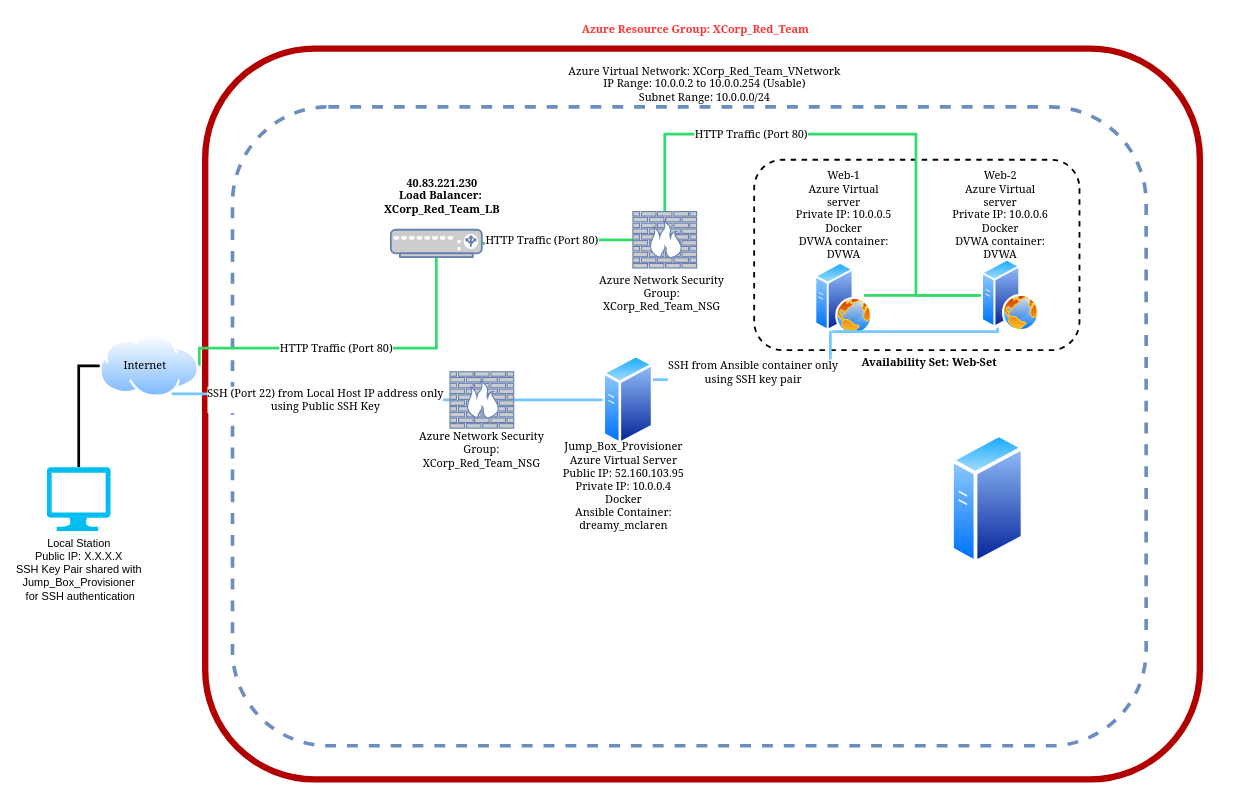
Earlier version of the draw.io diagram Diagrams/Network_Diagram.drawio (Git-rlowther/CyberSecurity_Coursework). Source tidied: cells renumbered, new cells numbered last; positions are measured from the earlier drawing's top-left corner, leaving out a move shared by most shapes. Both pictures are drawn from the tidied source at 91%, with x=0, y=0 at pixel (46, 15).
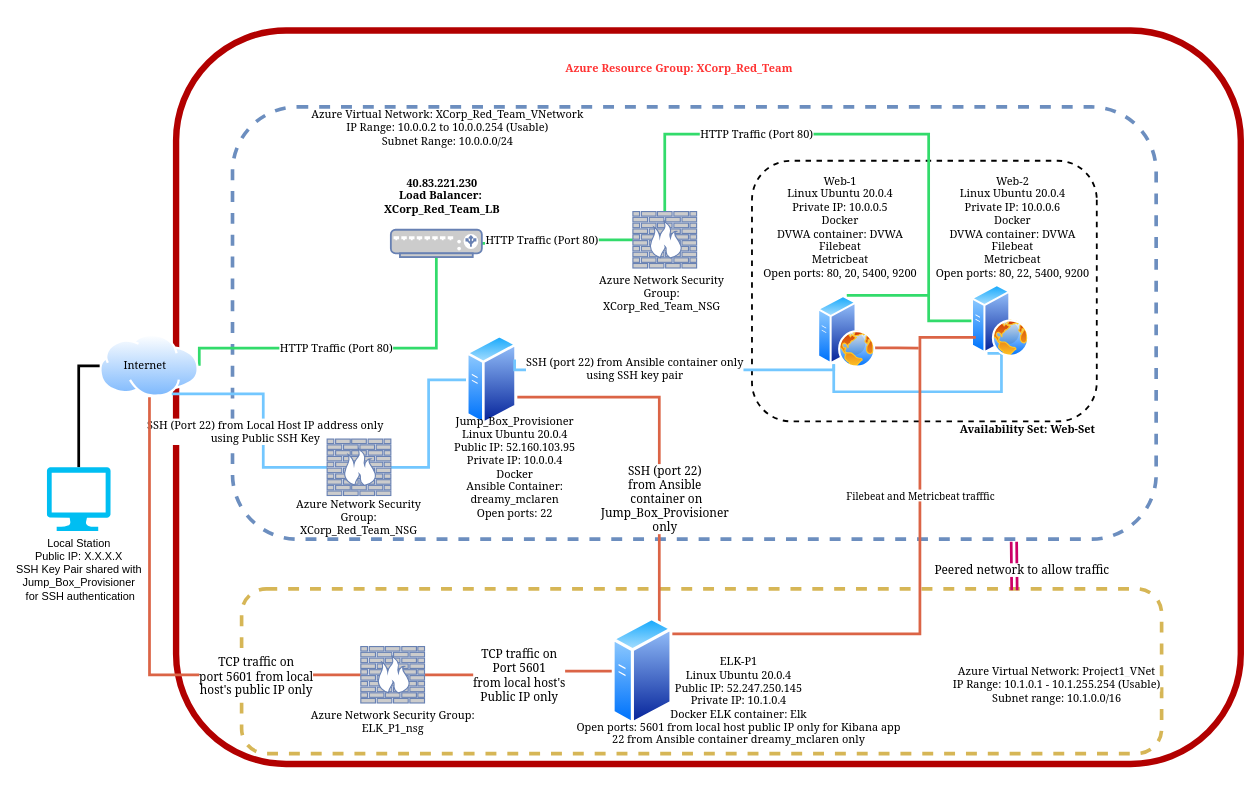
After the change.

Unchanged cells that the change refers to:
```xml
<mxCell id="9" value="&lt;p&gt;&lt;br&gt;&lt;/p&gt;" style="perimeter=ellipsePerimeter;html=1;align=center;shadow=0;dashed=0;spacingTop=3;image;image=img/lib/active_directory/internet_cloud.svg;strokeWidth=4;imageBorder=none;imageBackground=none;" parent="1" vertex="1">
  <mxGeometry x="58" y="350" width="109.5" height="69" as="geometry" />
</mxCell>
<mxCell id="24" style="fontColor=#0066CC;verticalAlign=top;verticalLabelPosition=bottom;labelPosition=center;align=center;html=1;outlineConnect=0;fillColor=#CCCCCC;strokeColor=#6881B3;gradientColor=none;gradientDirection=north;strokeWidth=2;shape=mxgraph.networks.firewall;fontFamily=Georgia;" parent="1" vertex="1">
  <mxGeometry x="644" y="215" width="70" height="62" as="geometry" />
</mxCell>
```

Change to the diagram source:
```diff
@@
+    <mxCell id="3" style="rounded=1;whiteSpace=wrap;html=1;strokeWidth=7;fillColor=none;strokeColor=#B20000;fontFamily=Georgia;align=center;fontColor=#ffffff;" parent="1" vertex="1">
+      <mxGeometry x="142" y="16" width="1170" height="806" as="geometry" />
+    </mxCell>
+    <mxCell id="38" style="rounded=1;whiteSpace=wrap;html=1;fillColor=none;dashed=1;strokeWidth=4;strokeColor=#d6b656;gradientColor=#ffd966;fontFamily=Garamond;" parent="1" vertex="1">
+      <mxGeometry x="214" y="629.6" width="1011" height="181" as="geometry" />
+    </mxCell>
     <mxCell id="2" style="rounded=1;whiteSpace=wrap;html=1;fontFamily=Georgia;strokeWidth=4;fillColor=none;gradientColor=#7ea6e0;dashed=1;shadow=0;glass=0;strokeColor=#6c8ebf;" parent="1" vertex="1">
-      <mxGeometry x="204" y="100" width="1004" height="702" as="geometry" />
+      <mxGeometry x="204" y="100" width="1015" height="475" as="geometry" />
     </mxCell>
-    <mxCell id="3" style="rounded=1;whiteSpace=wrap;html=1;strokeWidth=7;fillColor=none;strokeColor=#B20000;fontFamily=Georgia;align=center;fontColor=#ffffff;" parent="1" vertex="1">
-      <mxGeometry x="174" y="36" width="1093" height="803" as="geometry" />
-    </mxCell>
     <mxCell id="4" style="rounded=1;whiteSpace=wrap;html=1;shadow=0;glass=0;dashed=1;fontFamily=Georgia;strokeWidth=2;fillColor=none;gradientColor=none;rotation=90;" parent="1" vertex="1">
-      <mxGeometry x="851.4" y="83.9" width="209.2" height="357.5" as="geometry" />
+      <mxGeometry x="821.1" y="112.9" width="286.4" height="378.9" as="geometry" />
     </mxCell>
@@
     <mxCell id="12" value="&lt;font style=&quot;font-size: 12px&quot; color=&quot;#ff3333&quot;&gt;&lt;b&gt;Azure Resource Group: XCorp_Red_Team&lt;/b&gt;&lt;/font&gt;" style="text;html=1;strokeColor=none;fillColor=none;align=center;verticalAlign=middle;whiteSpace=wrap;rounded=0;fontFamily=Georgia;" parent="1" vertex="1">
-      <mxGeometry x="568" width="290" height="30" as="geometry" />
+      <mxGeometry x="550" y="43" width="290" height="30" as="geometry" />
     </mxCell>
@@
     <mxCell id="14" style="fontColor=#0066CC;verticalAlign=top;verticalLabelPosition=bottom;labelPosition=center;align=center;html=1;outlineConnect=0;fillColor=#CCCCCC;strokeColor=#6881B3;gradientColor=none;gradientDirection=north;strokeWidth=2;shape=mxgraph.networks.firewall;fontFamily=Georgia;" parent="1" vertex="1">
-      <mxGeometry x="443" y="391" width="70" height="62" as="geometry" />
+      <mxGeometry x="308" y="465" width="70" height="62" as="geometry" />
     </mxCell>
@@
     <mxCell id="17" value="Azure Virtual Network: XCorp_Red_Team_VNetwork&lt;br&gt;IP Range: 10.0.0.2 to 10.0.0.254 (Usable)&lt;br&gt;Subnet Range: 10.0.0.0/24" style="text;html=1;strokeColor=none;fillColor=none;align=center;verticalAlign=middle;whiteSpace=wrap;rounded=0;shadow=0;glass=0;dashed=1;fontFamily=Georgia;" parent="1" vertex="1">
-      <mxGeometry x="478" y="50" width="490" height="50" as="geometry" />
+      <mxGeometry x="233" y="97" width="415" height="52" as="geometry" />
     </mxCell>
-    <mxCell id="18" style="perimeter=ellipsePerimeter;html=1;align=center;shadow=0;dashed=0;spacingTop=3;image;image=img/lib/active_directory/web_server.svg;glass=0;fontFamily=Georgia;strokeWidth=7;fillColor=none;gradientColor=none;" parent="1" vertex="1">
-      <mxGeometry x="843.8" y="270.5" width="64" height="80" as="geometry" />
-    </mxCell>
-    <mxCell id="19" style="edgeStyle=orthogonalEdgeStyle;rounded=0;jettySize=auto;html=1;exitX=0;exitY=0.5;exitDx=0;exitDy=0;endArrow=none;endFill=0;strokeColor=#32DB6B;strokeWidth=3;entryX=0.848;entryY=0.456;entryDx=0;entryDy=0;entryPerimeter=0;" parent="1" edge="1" source="21" target="18">
-      <mxGeometry relative="1" as="geometry" />
-    </mxCell>
-    <mxCell id="20" style="edgeStyle=orthogonalEdgeStyle;rounded=0;jettySize=auto;html=1;exitX=0.25;exitY=1;exitDx=0;exitDy=0;fontFamily=Georgia;fontSize=12;endArrow=none;endFill=0;strokeColor=#73C7FF;strokeWidth=3;" parent="1" edge="1" source="21">
+    <mxCell id="20" style="edgeStyle=orthogonalEdgeStyle;rounded=0;jettySize=auto;html=1;exitX=0.25;exitY=1;exitDx=0;exitDy=0;fontFamily=Georgia;fontSize=12;endArrow=none;endFill=0;strokeColor=#73C7FF;strokeWidth=3;entryX=0.25;entryY=1;entryDx=0;entryDy=0;" parent="1" edge="1" source="21" target="18">
       <mxGeometry relative="1" as="geometry">
-        <mxPoint x="863" y="347" as="targetPoint" />
         <Array as="points">
-          <mxPoint x="1045" y="347" />
+          <mxPoint x="1049" y="413" />
+          <mxPoint x="865" y="413" />
         </Array>
       </mxGeometry>
     </mxCell>
     <mxCell id="21" style="perimeter=ellipsePerimeter;html=1;align=center;shadow=0;dashed=0;spacingTop=3;image;image=img/lib/active_directory/web_server.svg;glass=0;fontFamily=Georgia;strokeWidth=7;fillColor=none;gradientColor=none;" parent="1" vertex="1">
-      <mxGeometry x="1027" y="267" width="64" height="80" as="geometry" />
+      <mxGeometry x="1016" y="295" width="64" height="80" as="geometry" />
     </mxCell>
-    <mxCell id="22" style="edgeStyle=orthogonalEdgeStyle;rounded=0;jettySize=auto;html=1;exitX=0.5;exitY=0;exitDx=0;exitDy=0;exitPerimeter=0;endArrow=none;endFill=0;strokeColor=#32DB6B;strokeWidth=3;" parent="1" edge="1" source="24">
+    <mxCell id="22" style="edgeStyle=orthogonalEdgeStyle;rounded=0;jettySize=auto;html=1;exitX=0.5;exitY=0;exitDx=0;exitDy=0;exitPerimeter=0;endArrow=none;endFill=0;strokeColor=#32DB6B;strokeWidth=3;entryX=0;entryY=0.5;entryDx=0;entryDy=0;" parent="1" edge="1" source="24" target="21">
       <mxGeometry relative="1" as="geometry">
-        <mxPoint x="1023" y="307" as="targetPoint" />
         <Array as="points">
           <mxPoint x="679" y="130" />
-          <mxPoint x="955" y="130" />
-          <mxPoint x="955" y="307" />
+          <mxPoint x="969" y="130" />
+          <mxPoint x="969" y="335" />
         </Array>
       </mxGeometry>
     </mxCell>
@@
-    <mxCell id="25" style="edgeStyle=elbowEdgeStyle;rounded=0;jettySize=auto;html=1;exitX=1;exitY=0.25;exitDx=0;exitDy=0;fontFamily=Georgia;fontSize=12;startArrow=none;startFill=0;endArrow=none;endFill=0;strokeWidth=3;elbow=vertical;strokeColor=#73C7FF;" parent="1" edge="1" source="27">
-      <mxGeometry relative="1" as="geometry">
-        <mxPoint x="861" y="346" as="targetPoint" />
-        <Array as="points">
-          <mxPoint x="985" y="400" />
-          <mxPoint x="831" y="400" />
-          <mxPoint x="952" y="384" />
-        </Array>
-      </mxGeometry>
-    </mxCell>
-    <mxCell id="26" value="SSH from Ansible container only&lt;br&gt;using SSH key pair" style="edgeLabel;html=1;align=center;verticalAlign=middle;fontSize=12;fontFamily=Georgia;" parent="25" vertex="1">
-      <mxGeometry x="-0.45" y="-3" relative="1" as="geometry">
-        <mxPoint x="43" y="-12" as="offset" />
-      </mxGeometry>
-    </mxCell>
+    <mxCell id="39" style="edgeStyle=orthogonalEdgeStyle;rounded=0;jettySize=auto;html=1;entryX=1;entryY=0;entryDx=0;entryDy=0;fontFamily=Georgia;endArrow=none;endFill=0;strokeColor=#DB6446;strokeWidth=3;" parent="1" edge="1" target="36">
+      <mxGeometry relative="1" as="geometry">
+        <mxPoint x="517" y="419" as="sourcePoint" />
+        <Array as="points">
+          <mxPoint x="673" y="419" />
+          <mxPoint x="673" y="678" />
+        </Array>
+      </mxGeometry>
+    </mxCell>
+    <mxCell id="40" value="&lt;font style=&quot;font-size: 13px&quot;&gt;SSH (port 22) &lt;br&gt;from Ansible&lt;br&gt;&amp;nbsp;container on &lt;br&gt;Jump_Box_Provisioner&lt;br&gt;only&lt;/font&gt;" style="edgeLabel;html=1;align=center;verticalAlign=middle;fontFamily=Georgia;" parent="39" vertex="1">
+      <mxGeometry x="0.12" y="3" relative="1" as="geometry">
+        <mxPoint x="2" y="32" as="offset" />
+      </mxGeometry>
+    </mxCell>
     <mxCell id="27" style="perimeter=ellipsePerimeter;html=1;align=center;shadow=0;dashed=0;spacingTop=3;image;image=img/lib/active_directory/generic_server.svg;glass=0;fontFamily=Georgia;strokeWidth=7;fillColor=none;gradientColor=none;" parent="1" vertex="1">
-      <mxGeometry x="611" y="372" width="56" height="100" as="geometry" />
+      <mxGeometry x="461" y="350" width="56" height="100" as="geometry" />
     </mxCell>
     <mxCell id="28" value="Availability Set: Web-Set" style="text;html=1;strokeColor=none;fillColor=none;align=center;verticalAlign=middle;whiteSpace=wrap;rounded=0;shadow=0;glass=0;fontFamily=Georgia;strokeWidth=5;fontSize=12;fontStyle=1;" parent="1" vertex="1">
-      <mxGeometry x="890" y="371" width="160" height="20" as="geometry" />
+      <mxGeometry x="998" y="445" width="160" height="20" as="geometry" />
     </mxCell>
-    <mxCell id="29" value="Web-1&lt;br&gt;Azure Virtual server&lt;br&gt;Private IP: 10.0.0.5&lt;br&gt;Docker&lt;br&gt;DVWA container: DVWA" style="text;html=1;strokeColor=none;fillColor=none;align=center;verticalAlign=middle;whiteSpace=wrap;rounded=0;shadow=0;glass=0;fontFamily=Georgia;fontSize=12;" parent="1" vertex="1">
-      <mxGeometry x="820.8" y="169" width="110" height="100" as="geometry" />
+    <mxCell id="29" value="Web-1&lt;br&gt;Linux Ubuntu 20.0.4&lt;br&gt;Private IP: 10.0.0.5&lt;br&gt;Docker&lt;br&gt;DVWA container: DVWA&lt;br&gt;Filebeat&lt;br&gt;Metricbeat&lt;br&gt;Open ports: 80, 20, 5400, 9200" style="text;html=1;strokeColor=none;fillColor=none;align=center;verticalAlign=middle;whiteSpace=wrap;rounded=0;shadow=0;glass=0;fontFamily=Georgia;fontSize=12;" parent="1" vertex="1">
+      <mxGeometry x="779" y="169" width="186" height="126" as="geometry" />
     </mxCell>
-    <mxCell id="30" value="Jump_Box_Provisioner&lt;br&gt;Azure Virtual Server&lt;br&gt;Public IP: 52.160.103.95&lt;br&gt;Private IP: 10.0.0.4&lt;br&gt;Docker&lt;br&gt;Ansible Container: dreamy_mclaren" style="text;html=1;strokeColor=none;fillColor=none;align=center;verticalAlign=middle;whiteSpace=wrap;rounded=0;shadow=0;glass=0;fontFamily=Georgia;fontSize=12;" parent="1" vertex="1">
-      <mxGeometry x="562" y="472" width="144" height="90" as="geometry" />
+    <mxCell id="30" value="Jump_Box_Provisioner&lt;br&gt;Linux Ubuntu 20.0.4&lt;br&gt;Public IP: 52.160.103.95&lt;br&gt;Private IP: 10.0.0.4&lt;br&gt;Docker&lt;br&gt;Ansible Container: dreamy_mclaren&lt;br&gt;Open ports: 22" style="text;html=1;strokeColor=none;fillColor=none;align=center;verticalAlign=middle;whiteSpace=wrap;rounded=0;shadow=0;glass=0;fontFamily=Georgia;fontSize=12;" parent="1" vertex="1">
+      <mxGeometry x="438" y="451" width="153" height="90" as="geometry" />
     </mxCell>
-    <mxCell id="31" value="Web-2&lt;br&gt;Azure Virtual server&lt;br&gt;Private IP: 10.0.0.6&lt;br&gt;Docker&lt;br&gt;DVWA container: DVWA" style="text;html=1;strokeColor=none;fillColor=none;align=center;verticalAlign=middle;whiteSpace=wrap;rounded=0;shadow=0;glass=0;fontFamily=Georgia;fontSize=12;" parent="1" vertex="1">
-      <mxGeometry x="993" y="169" width="110" height="100" as="geometry" />
+    <mxCell id="31" value="Web-2&lt;br&gt;Linux Ubuntu 20.0.4&lt;br&gt;Private IP: 10.0.0.6&lt;br&gt;Docker&lt;br&gt;DVWA container: DVWA&lt;br&gt;Filebeat&lt;br&gt;Metricbeat&lt;br&gt;Open ports: 80, 22, 5400, 9200" style="text;html=1;strokeColor=none;fillColor=none;align=center;verticalAlign=middle;whiteSpace=wrap;rounded=0;shadow=0;glass=0;fontFamily=Georgia;fontSize=12;" parent="1" vertex="1">
+      <mxGeometry x="973" y="168" width="177" height="127" as="geometry" />
     </mxCell>
@@
     <mxCell id="34" value="Azure Network Security Group: XCorp_Red_Team_NSG" style="text;html=1;strokeColor=none;fillColor=none;align=center;verticalAlign=middle;whiteSpace=wrap;rounded=0;shadow=0;glass=0;fontFamily=Georgia;fontSize=12;" parent="1" vertex="1">
-      <mxGeometry x="406" y="453" width="144" height="48" as="geometry" />
+      <mxGeometry x="271" y="527" width="144" height="48" as="geometry" />
     </mxCell>
@@
+    <mxCell id="41" style="edgeStyle=orthogonalEdgeStyle;rounded=0;jettySize=auto;html=1;exitX=0;exitY=0.5;exitDx=0;exitDy=0;entryX=1;entryY=0.5;entryDx=0;entryDy=0;entryPerimeter=0;fontFamily=Georgia;endArrow=none;endFill=0;strokeColor=#DB6446;strokeWidth=3;" parent="1" edge="1" source="36" target="51">
+      <mxGeometry relative="1" as="geometry" />
+    </mxCell>
+    <mxCell id="42" value="&lt;font style=&quot;font-size: 13px&quot;&gt;TCP traffic on&lt;br&gt;Port 5601 &lt;br&gt;from local host's&lt;br&gt;Public IP only&lt;/font&gt;" style="edgeLabel;html=1;align=center;verticalAlign=middle;fontFamily=Georgia;" parent="41" vertex="1">
+      <mxGeometry x="0.24" relative="1" as="geometry">
+        <mxPoint x="24" as="offset" />
+      </mxGeometry>
+    </mxCell>
+    <mxCell id="43" style="edgeStyle=orthogonalEdgeStyle;rounded=0;orthogonalLoop=1;jettySize=auto;html=1;entryX=0;entryY=0.75;entryDx=0;entryDy=0;fontFamily=Georgia;endArrow=none;endFill=0;strokeColor=#DB6446;strokeWidth=3;" parent="1" edge="1">
+      <mxGeometry relative="1" as="geometry">
+        <mxPoint x="684" y="679" as="sourcePoint" />
+        <mxPoint x="1020.8" y="353.2" as="targetPoint" />
+        <Array as="points">
+          <mxPoint x="959.4" y="679.4" />
+          <mxPoint x="959.4" y="353.4" />
+        </Array>
+      </mxGeometry>
+    </mxCell>
+    <mxCell id="44" value="Filebeat and Metricbeat trafffic" style="edgeLabel;html=1;align=center;verticalAlign=middle;fontFamily=Georgia;" parent="43" vertex="1">
+      <mxGeometry y="3" relative="1" as="geometry">
+        <mxPoint x="3" y="-97" as="offset" />
+      </mxGeometry>
+    </mxCell>
     <mxCell id="36" style="perimeter=ellipsePerimeter;html=1;align=center;shadow=0;dashed=0;spacingTop=3;image;image=img/lib/active_directory/generic_server.svg;glass=0;fontFamily=Georgia;strokeWidth=7;fillColor=none;gradientColor=none;" parent="1" vertex="1">
-      <mxGeometry x="993" y="458" width="81.8" height="146" as="geometry" />
+      <mxGeometry x="621" y="660.2" width="67.1" height="119.8" as="geometry" />
     </mxCell>
@@
+    <mxCell id="45" style="edgeStyle=orthogonalEdgeStyle;rounded=0;jettySize=auto;html=1;exitX=0.5;exitY=0;exitDx=0;exitDy=0;endArrow=none;endFill=0;strokeColor=#32DB6B;strokeWidth=3;" parent="1" edge="1" source="18">
+      <mxGeometry relative="1" as="geometry">
+        <mxPoint x="970" y="307" as="targetPoint" />
+        <Array as="points">
+          <mxPoint x="955" y="307" />
+        </Array>
+      </mxGeometry>
+    </mxCell>
+    <mxCell id="46" style="edgeStyle=orthogonalEdgeStyle;rounded=0;jettySize=auto;html=1;exitX=1;exitY=0.75;exitDx=0;exitDy=0;fontFamily=Georgia;endArrow=none;endFill=0;strokeColor=#DB6446;strokeWidth=3;" parent="1" edge="1" source="18">
+      <mxGeometry relative="1" as="geometry">
+        <mxPoint x="958" y="365" as="targetPoint" />
+      </mxGeometry>
+    </mxCell>
+    <mxCell id="18" style="perimeter=ellipsePerimeter;html=1;align=center;shadow=0;dashed=0;spacingTop=3;image;image=img/lib/active_directory/web_server.svg;glass=0;fontFamily=Georgia;strokeWidth=7;fillColor=none;gradientColor=none;" parent="1" vertex="1">
+      <mxGeometry x="847" y="307" width="64" height="80" as="geometry" />
+    </mxCell>
+    <mxCell id="47" style="edgeStyle=elbowEdgeStyle;rounded=0;jettySize=auto;html=1;exitX=1;exitY=0.25;exitDx=0;exitDy=0;fontFamily=Georgia;fontSize=12;startArrow=none;startFill=0;endArrow=none;endFill=0;strokeWidth=3;elbow=vertical;strokeColor=#73C7FF;entryX=0.25;entryY=1;entryDx=0;entryDy=0;" parent="1" edge="1" source="27" target="18">
+      <mxGeometry relative="1" as="geometry">
+        <Array as="points">
+          <mxPoint x="814" y="389" />
+        </Array>
+      </mxGeometry>
+    </mxCell>
+    <mxCell id="48" value="SSH (port 22) from Ansible container only&lt;br&gt;using SSH key pair" style="edgeLabel;html=1;align=center;verticalAlign=middle;fontSize=12;fontFamily=Georgia;" parent="47" vertex="1">
+      <mxGeometry x="-0.45" y="-3" relative="1" as="geometry">
+        <mxPoint x="42" y="-5" as="offset" />
+      </mxGeometry>
+    </mxCell>
+    <mxCell id="49" style="edgeStyle=orthogonalEdgeStyle;rounded=0;jettySize=auto;html=1;exitX=0;exitY=0.5;exitDx=0;exitDy=0;exitPerimeter=0;entryX=0.5;entryY=1;entryDx=0;entryDy=0;fontFamily=Georgia;endArrow=none;endFill=0;strokeColor=#DB6446;strokeWidth=3;" parent="1" edge="1" source="51" target="9">
+      <mxGeometry relative="1" as="geometry" />
+    </mxCell>
+    <mxCell id="50" value="TCP traffic on &lt;br&gt;port 5601 from local &lt;br&gt;host's public IP only" style="edgeLabel;html=1;align=center;verticalAlign=middle;fontSize=13;fontFamily=Georgia;" parent="49" vertex="1">
+      <mxGeometry x="0.06" relative="1" as="geometry">
+        <mxPoint x="117" y="54" as="offset" />
+      </mxGeometry>
+    </mxCell>
+    <mxCell id="51" value="&lt;font color=&quot;#000000&quot;&gt;Azure Network Security Group:&lt;br&gt;ELK_P1_nsg&lt;/font&gt;" style="fontColor=#0066CC;verticalAlign=top;verticalLabelPosition=bottom;labelPosition=center;align=center;html=1;outlineConnect=0;fillColor=#CCCCCC;strokeColor=#6881B3;gradientColor=none;gradientDirection=north;strokeWidth=2;shape=mxgraph.networks.firewall;fontFamily=Georgia;" parent="1" vertex="1">
+      <mxGeometry x="345" y="693" width="70" height="62" as="geometry" />
+    </mxCell>
+    <mxCell id="52" value="Azure Virtual Network: Project1_VNet&lt;br&gt;IP Range:&amp;nbsp;&lt;span style=&quot;text-align: left ; background-color: rgb(255 , 255 , 255)&quot;&gt;10.1.0.1 - 10.1.255.254 (Usable)&lt;br&gt;Subnet range: 10.1.0.0/16&lt;br&gt;&lt;/span&gt;" style="text;html=1;strokeColor=none;fillColor=none;align=center;verticalAlign=middle;whiteSpace=wrap;rounded=0;dashed=1;fontFamily=Georgia;" parent="1" vertex="1">
+      <mxGeometry x="988" y="709" width="243.5" height="51" as="geometry" />
+    </mxCell>
+    <mxCell id="53" value="ELK-P1&lt;br&gt;Linux Ubuntu 20.0.4&lt;br&gt;Public IP: 52.247.250.145&lt;br&gt;Private IP: 10.1.0.4&lt;br&gt;Docker ELK container: Elk&lt;br&gt;Open ports: 5601 from local host public IP only for Kibana app&lt;br&gt;22 from Ansible container dreamy_mclaren only" style="text;html=1;strokeColor=none;fillColor=none;align=center;verticalAlign=middle;whiteSpace=wrap;rounded=0;dashed=1;fontFamily=Georgia;" parent="1" vertex="1">
+      <mxGeometry x="521.5" y="708" width="476.5" height="90" as="geometry" />
+    </mxCell>
+    <mxCell id="54" style="shape=link;html=1;fontFamily=Georgia;fontSize=13;endArrow=none;endFill=0;strokeColor=#CC0066;strokeWidth=3;entryX=0.846;entryY=1.006;entryDx=0;entryDy=0;entryPerimeter=0;exitX=0.84;exitY=0.008;exitDx=0;exitDy=0;exitPerimeter=0;" parent="1" edge="1" source="38" target="2">
+      <mxGeometry relative="1" as="geometry" />
+    </mxCell>
+    <mxCell id="55" value="Peered network to allow traffic&amp;nbsp;" style="edgeLabel;html=1;align=center;verticalAlign=middle;fontSize=13;fontFamily=Georgia;" parent="54" vertex="1">
+      <mxGeometry x="-0.17" y="-9" relative="1" as="geometry" />
+    </mxCell>
```
